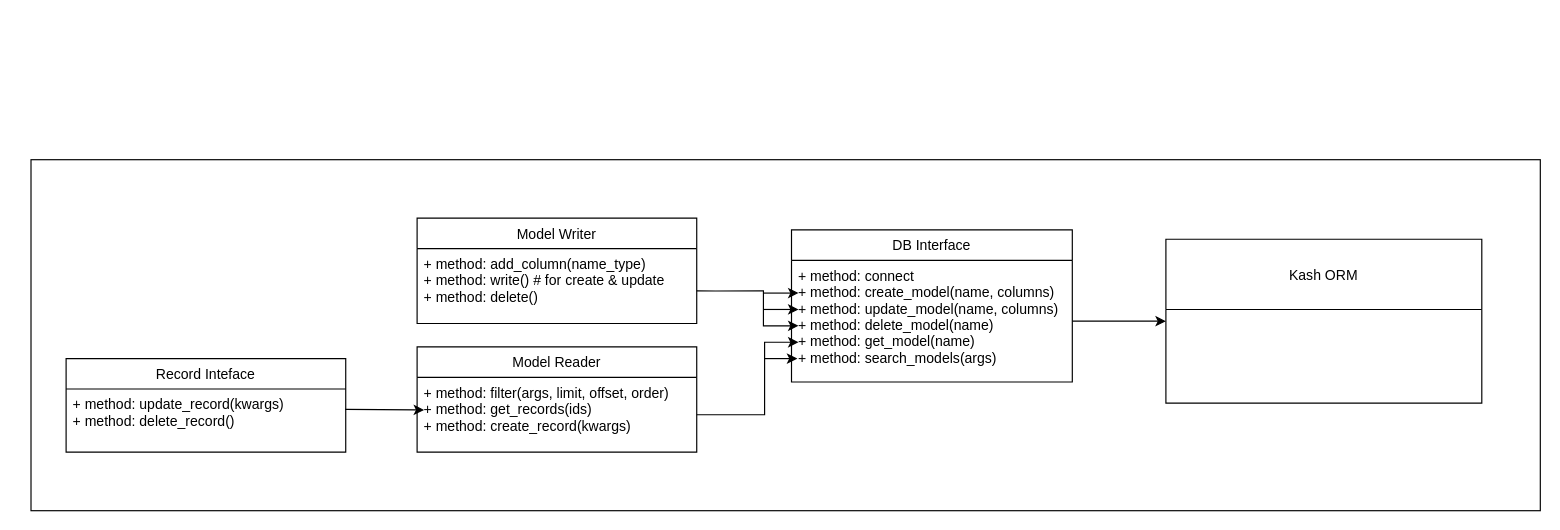
This is docs/Models Diagram.drawio from M-Saeb/kash_orm, a draw.io file, before an edit. Source tidied: cells renumbered, new cells numbered last; positions are measured from the earlier drawing's top-left corner, leaving out a move shared by most shapes. Both pictures are drawn from the tidied source at 117%, with x=0, y=0 at pixel (30, 159).
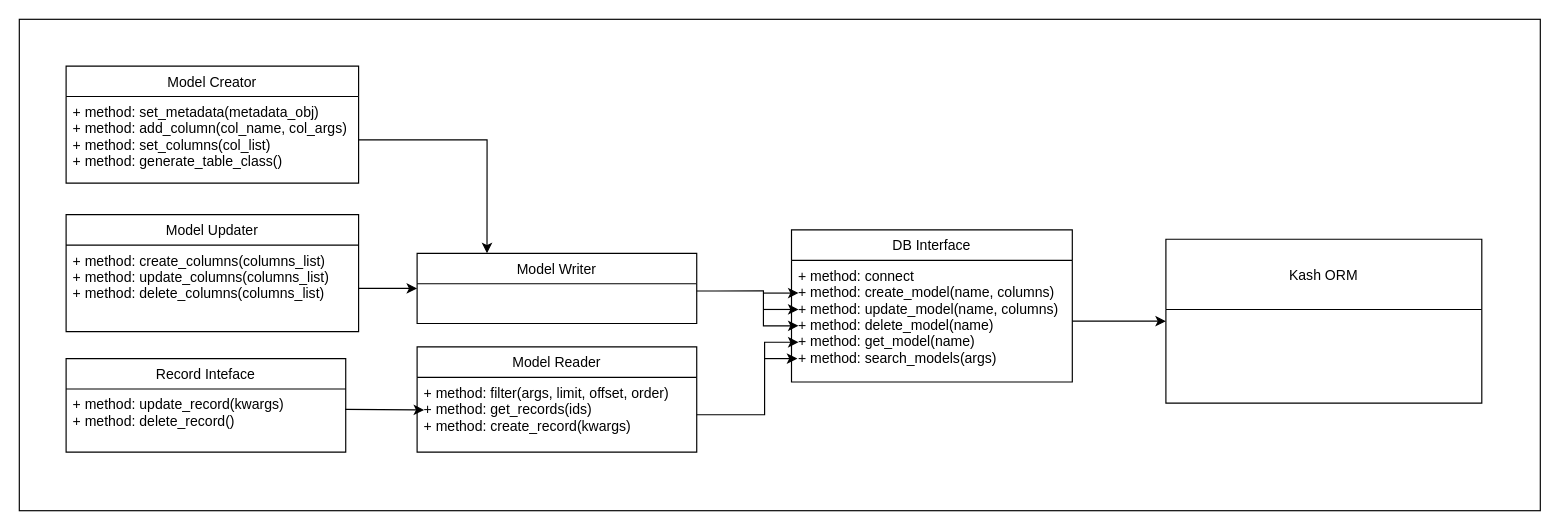
After the change.

The edit, as a diff of the source:
```diff
@@
-    <mxCell id="7" value="Model Writer" style="swimlane;fontStyle=0;horizontal=1;startSize=26;fillColor=none;" parent="1" vertex="1">
-      <mxGeometry x="330" y="50" width="239" height="90" as="geometry" />
-    </mxCell>
-    <mxCell id="8" value="+ method: add_column(name_type)&#10;+ method: write() # for create &amp; update&#10;+ method: delete()" style="text;strokeColor=none;fillColor=none;align=left;verticalAlign=top;spacingLeft=4;spacingRight=4;overflow=hidden;points=[[0,0.5],[1,0.5]];portConstraint=eastwest;" parent="7" vertex="1">
-      <mxGeometry y="26" width="239" height="64" as="geometry" />
-    </mxCell>
-    <mxCell id="9" style="edgeStyle=orthogonalEdgeStyle;rounded=0;jettySize=auto;html=1;exitX=1;exitY=0.565;exitDx=0;exitDy=0;exitPerimeter=0;" parent="1" edge="1" source="8">
+    <mxCell id="9" style="edgeStyle=orthogonalEdgeStyle;rounded=0;orthogonalLoop=1;jettySize=auto;html=1;exitX=1;exitY=0.565;exitDx=0;exitDy=0;exitPerimeter=0;" parent="1" edge="1">
       <mxGeometry relative="1" as="geometry">
+        <mxPoint x="569" y="112.2" as="sourcePoint" />
         <mxPoint x="656" y="142" as="targetPoint" />
         <Array as="points">
           <mxPoint x="585" y="112" />
           <mxPoint x="626" y="112" />
           <mxPoint x="626" y="142" />
         </Array>
       </mxGeometry>
     </mxCell>
@@
-    <mxCell id="18" style="rounded=0;whiteSpace=wrap;html=1;fillColor=none;" parent="1" vertex="1">
-      <mxGeometry width="1290" height="300" as="geometry" />
-    </mxCell>
+    <mxCell id="7" value="Model Writer" style="swimlane;fontStyle=0;horizontal=1;startSize=26;fillColor=none;" parent="1" vertex="1">
+      <mxGeometry x="330" y="80" width="239" height="60" as="geometry" />
+    </mxCell>
+    <mxCell id="19" value="Model Creator" style="swimlane;fontStyle=0;horizontal=1;startSize=26;fillColor=none;" parent="1" vertex="1">
+      <mxGeometry x="30" y="-80" width="250" height="100" as="geometry" />
+    </mxCell>
+    <mxCell id="20" value="+ method: set_metadata(metadata_obj)&#10;+ method: add_column(col_name, col_args)&#10;+ method: set_columns(col_list)&#10;+ method: generate_table_class()" style="text;strokeColor=none;fillColor=none;align=left;verticalAlign=top;spacingLeft=4;spacingRight=4;overflow=hidden;points=[[0,0.5],[1,0.5]];portConstraint=eastwest;" parent="19" vertex="1">
+      <mxGeometry y="26" width="250" height="74" as="geometry" />
+    </mxCell>
+    <mxCell id="21" style="edgeStyle=orthogonalEdgeStyle;rounded=0;jettySize=auto;html=1;exitX=1;exitY=0.5;exitDx=0;exitDy=0;entryX=0.25;entryY=0;entryDx=0;entryDy=0;" parent="1" edge="1" source="20" target="7">
+      <mxGeometry relative="1" as="geometry">
+        <Array as="points">
+          <mxPoint x="390" y="-17" />
+        </Array>
+      </mxGeometry>
+    </mxCell>
+    <mxCell id="22" style="edgeStyle=orthogonalEdgeStyle;rounded=0;jettySize=auto;html=1;exitX=1;exitY=0.5;exitDx=0;exitDy=0;entryX=0;entryY=0.5;entryDx=0;entryDy=0;" parent="1" edge="1" source="24" target="7">
+      <mxGeometry relative="1" as="geometry" />
+    </mxCell>
+    <mxCell id="23" value="Model Updater" style="swimlane;fontStyle=0;horizontal=1;startSize=26;fillColor=none;" parent="1" vertex="1">
+      <mxGeometry x="30" y="47" width="250" height="100" as="geometry" />
+    </mxCell>
+    <mxCell id="24" value="+ method: create_columns(columns_list)&#10;+ method: update_columns(columns_list)&#10;+ method: delete_columns(columns_list)" style="text;strokeColor=none;fillColor=none;align=left;verticalAlign=top;spacingLeft=4;spacingRight=4;overflow=hidden;points=[[0,0.5],[1,0.5]];portConstraint=eastwest;" parent="23" vertex="1">
+      <mxGeometry y="26" width="250" height="74" as="geometry" />
+    </mxCell>
+    <mxCell id="25" style="rounded=0;whiteSpace=wrap;html=1;fillColor=none;" parent="1" vertex="1">
+      <mxGeometry x="-10" y="-120" width="1300" height="420" as="geometry" />
+    </mxCell>
```
